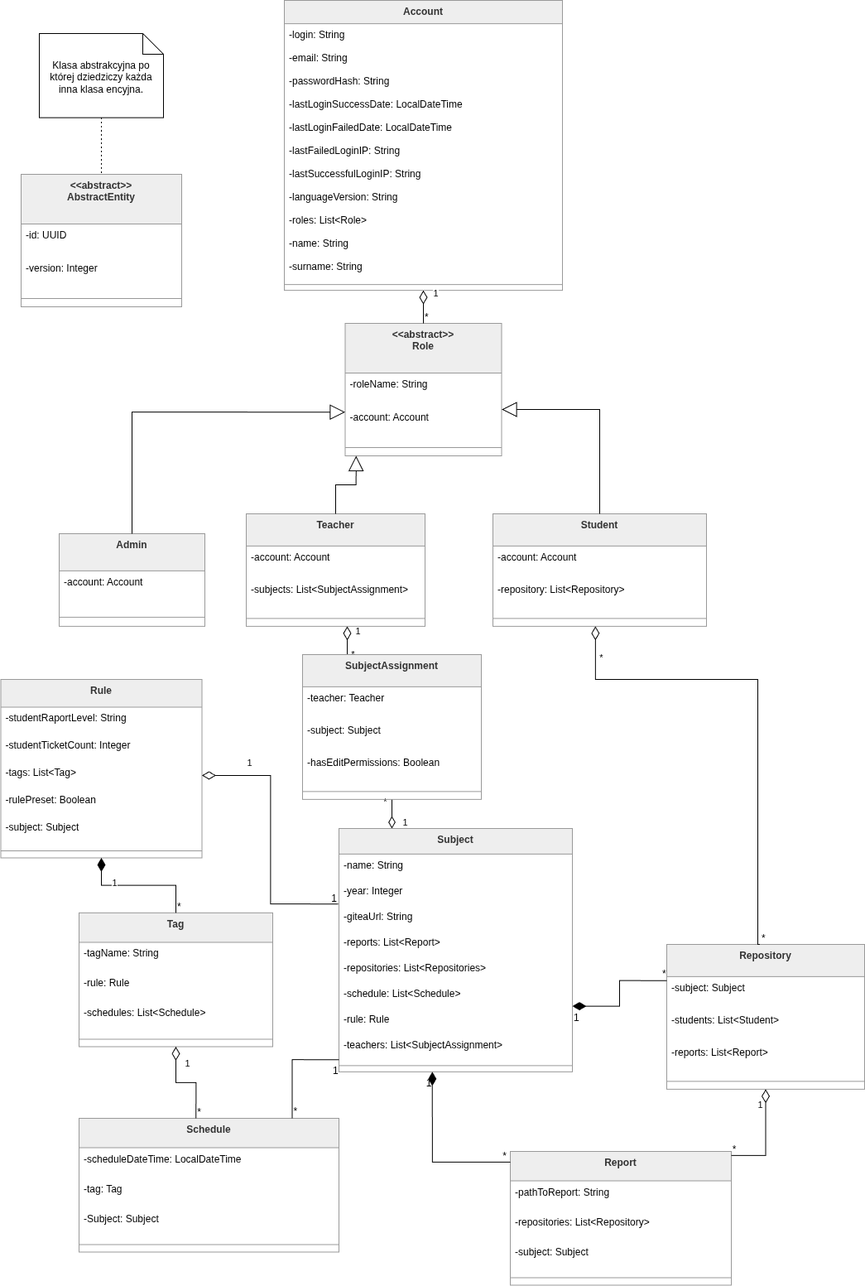
Earlier version of the draw.io export sumatywny/etap1/img/Domain_UML.png (jkozlowsky/antiplagiarism-system). Source tidied: cells renumbered, new cells last; positions are measured from the earlier drawing's top-left corner, leaving out a move shared by most shapes.
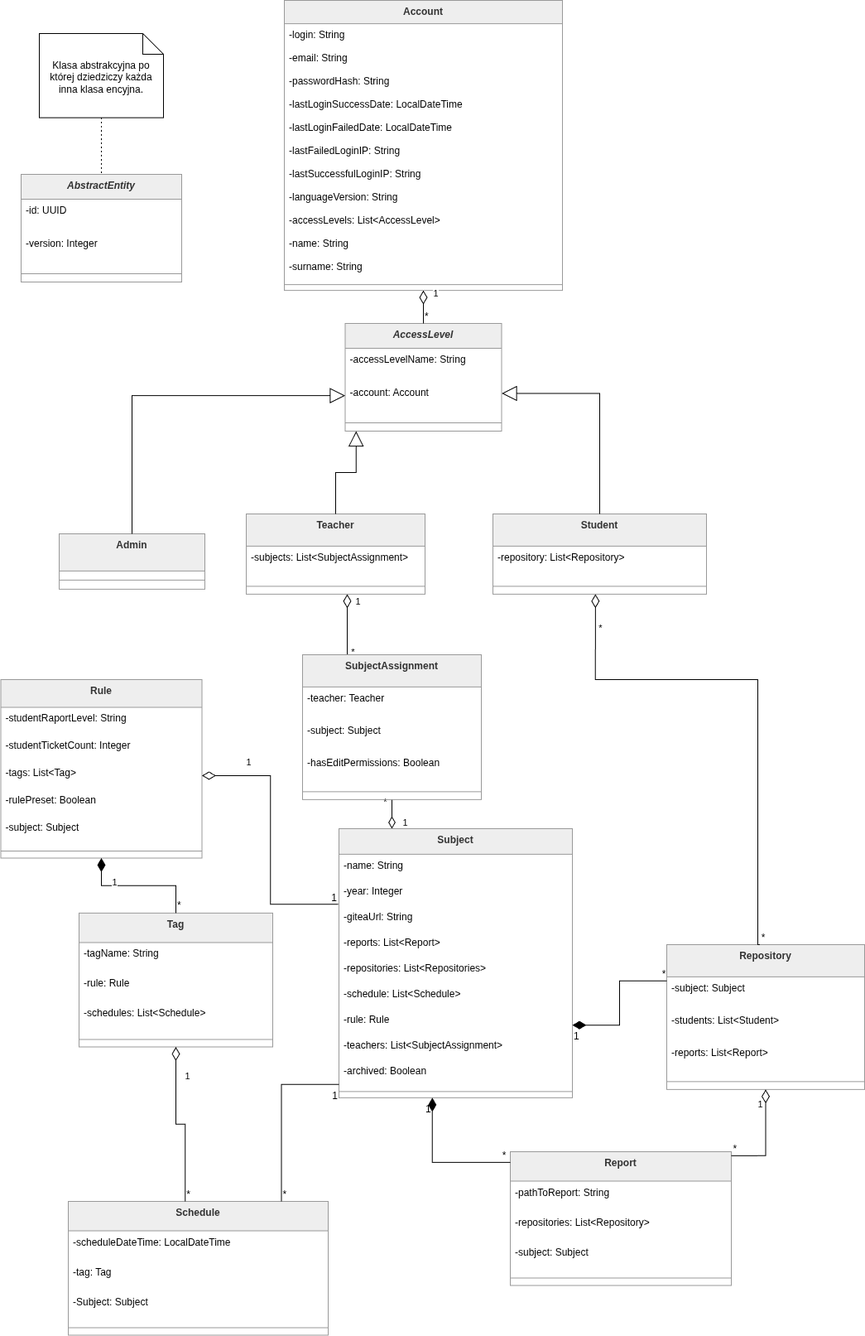
After the commit.

Commit message:
poprawa strony tytułowej i diagramu UML klas modelu dziedzinowego

What changed in the source:
```diff
@@ -2,17 +2,17 @@
   <root>
     <mxCell id="0" />
     <mxCell id="1" parent="0" />
-    <mxCell id="2" value="&lt;&lt;abstract&gt;&gt;&#10;AbstractEntity" style="swimlane;fontStyle=1;align=center;verticalAlign=top;horizontal=1;startSize=60;fillColor=light-dark(#eeeeee,#1f2020);strokeColor=light-dark(#999999,#cccccc);fontColor=light-dark(#333333,#cccccc);" parent="1" vertex="1">
-      <mxGeometry x="24" y="210" width="194" height="160" as="geometry" />
+    <mxCell id="2" value="AbstractEntity" style="swimlane;fontStyle=3;align=center;verticalAlign=top;horizontal=1;startSize=30;fillColor=light-dark(#eeeeee,#1f2020);strokeColor=light-dark(#999999,#cccccc);fontColor=light-dark(#333333,#cccccc);" parent="1" vertex="1">
+      <mxGeometry x="24" y="210" width="194" height="130" as="geometry" />
     </mxCell>
     <mxCell id="3" value="-id: UUID" style="text;strokeColor=none;fillColor=none;align=left;verticalAlign=top;spacingLeft=4;spacingRight=4;overflow=hidden;" parent="2" vertex="1">
-      <mxGeometry y="60" width="194" height="40" as="geometry" />
+      <mxGeometry y="30" width="194" height="40" as="geometry" />
     </mxCell>
     <mxCell id="4" value="-version: Integer" style="text;strokeColor=none;fillColor=none;align=left;verticalAlign=top;spacingLeft=4;spacingRight=4;overflow=hidden;" parent="2" vertex="1">
-      <mxGeometry y="100" width="194" height="40" as="geometry" />
+      <mxGeometry y="70" width="194" height="40" as="geometry" />
     </mxCell>
     <mxCell id="5" style="line;strokeWidth=1;fillColor=none;align=left;verticalAlign=middle;spacingTop=-1;spacingLeft=3;spacingRight=3;labelPosition=right;strokeColor=inherit;" parent="2" vertex="1">
-      <mxGeometry y="140" width="194" height="20" as="geometry" />
+      <mxGeometry y="110" width="194" height="20" as="geometry" />
     </mxCell>
     <mxCell id="6" value="Account" style="swimlane;fontStyle=1;align=center;verticalAlign=top;horizontal=1;startSize=28.16;fillColor=light-dark(#eeeeee,#1f2020);strokeColor=light-dark(#999999,#cccccc);fontColor=light-dark(#333333,#cccccc);" parent="1" vertex="1">
       <mxGeometry x="342" width="336" height="350.2" as="geometry" />
@@ -41,7 +41,7 @@
     <mxCell id="14" value="-languageVersion: String" style="text;strokeColor=none;fillColor=none;align=left;verticalAlign=top;spacingLeft=4;spacingRight=4;overflow=hidden;" parent="6" vertex="1">
       <mxGeometry y="224.2" width="336" height="28" as="geometry" />
     </mxCell>
-    <mxCell id="15" value="-roles: List&lt;Role&gt;" style="text;strokeColor=none;fillColor=none;align=left;verticalAlign=top;spacingLeft=4;spacingRight=4;overflow=hidden;" parent="6" vertex="1">
+    <mxCell id="15" value="-accessLevels: List&lt;AccessLevel&gt;" style="text;strokeColor=none;fillColor=none;align=left;verticalAlign=top;spacingLeft=4;spacingRight=4;overflow=hidden;" parent="6" vertex="1">
       <mxGeometry y="252.2" width="336" height="28" as="geometry" />
     </mxCell>
     <mxCell id="16" value="-name: String" style="text;strokeColor=none;fillColor=none;align=left;verticalAlign=top;spacingLeft=4;spacingRight=4;overflow=hidden;" parent="6" vertex="1">
@@ -53,26 +53,23 @@
     <mxCell id="18" style="line;strokeWidth=1;fillColor=none;align=left;verticalAlign=middle;spacingTop=-1;spacingLeft=3;spacingRight=3;labelPosition=right;strokeColor=inherit;" parent="6" vertex="1">
       <mxGeometry y="336.2" width="336" height="14" as="geometry" />
     </mxCell>
-    <mxCell id="19" value="&lt;&lt;abstract&gt;&gt;&#10;Role" style="swimlane;fontStyle=1;align=center;verticalAlign=top;horizontal=1;startSize=60;fillColor=light-dark(#eeeeee,#1f2020);strokeColor=light-dark(#999999,#cccccc);fontColor=light-dark(#333333,#cccccc);" parent="1" vertex="1">
-      <mxGeometry x="415.5" y="390" width="189" height="160" as="geometry" />
+    <mxCell id="19" value="AccessLevel" style="swimlane;fontStyle=3;align=center;verticalAlign=top;horizontal=1;startSize=30;fillColor=light-dark(#eeeeee,#1f2020);strokeColor=light-dark(#999999,#cccccc);fontColor=light-dark(#333333,#cccccc);" parent="1" vertex="1">
+      <mxGeometry x="415.5" y="390" width="189" height="130" as="geometry" />
     </mxCell>
-    <mxCell id="20" value="-roleName: String" style="text;strokeColor=none;fillColor=none;align=left;verticalAlign=top;spacingLeft=4;spacingRight=4;overflow=hidden;" parent="19" vertex="1">
-      <mxGeometry y="60" width="189" height="40" as="geometry" />
+    <mxCell id="20" value="-accessLevelName: String" style="text;strokeColor=none;fillColor=none;align=left;verticalAlign=top;spacingLeft=4;spacingRight=4;overflow=hidden;" parent="19" vertex="1">
+      <mxGeometry y="30" width="189" height="40" as="geometry" />
     </mxCell>
     <mxCell id="21" value="-account: Account" style="text;strokeColor=none;fillColor=none;align=left;verticalAlign=top;spacingLeft=4;spacingRight=4;overflow=hidden;" parent="19" vertex="1">
-      <mxGeometry y="100" width="189" height="40" as="geometry" />
+      <mxGeometry y="70" width="189" height="40" as="geometry" />
     </mxCell>
     <mxCell id="22" style="line;strokeWidth=1;fillColor=none;align=left;verticalAlign=middle;spacingTop=-1;spacingLeft=3;spacingRight=3;labelPosition=right;strokeColor=inherit;" parent="19" vertex="1">
-      <mxGeometry y="140" width="189" height="20" as="geometry" />
+      <mxGeometry y="110" width="189" height="20" as="geometry" />
     </mxCell>
     <mxCell id="23" value="Admin" style="swimlane;fontStyle=1;align=center;verticalAlign=top;horizontal=1;startSize=44.8;fillColor=light-dark(#eeeeee,#1f2020);strokeColor=light-dark(#999999,#cccccc);fontColor=light-dark(#333333,#cccccc);" parent="1" vertex="1">
-      <mxGeometry x="70" y="644.1" width="176" height="111.8" as="geometry" />
+      <mxGeometry x="70" y="644.1" width="176" height="66.8" as="geometry" />
     </mxCell>
-    <mxCell id="24" value="-account: Account" style="text;strokeColor=none;fillColor=none;align=left;verticalAlign=top;spacingLeft=4;spacingRight=4;overflow=hidden;" parent="23" vertex="1">
-      <mxGeometry y="44.8" width="176" height="45" as="geometry" />
-    </mxCell>
     <mxCell id="25" style="line;strokeWidth=1;fillColor=none;align=left;verticalAlign=middle;spacingTop=-1;spacingLeft=3;spacingRight=3;labelPosition=right;strokeColor=inherit;" parent="23" vertex="1">
-      <mxGeometry y="89.8" width="176" height="22" as="geometry" />
+      <mxGeometry y="44.8" width="176" height="22" as="geometry" />
     </mxCell>
     <mxCell id="26" style="edgeStyle=orthogonalEdgeStyle;rounded=0;jettySize=auto;html=1;entryX=0.25;entryY=0;entryDx=0;entryDy=0;endArrow=none;endFill=0;startArrow=diamondThin;startFill=0;startSize=14;" parent="1" edge="1" source="29" target="109">
       <mxGeometry relative="1" as="geometry">
@@ -93,28 +90,22 @@
       </mxGeometry>
     </mxCell>
     <mxCell id="29" value="Teacher" style="swimlane;fontStyle=1;align=center;verticalAlign=top;horizontal=1;startSize=38.857142857142854;fillColor=light-dark(#eeeeee,#1f2020);strokeColor=light-dark(#999999,#cccccc);fontColor=light-dark(#333333,#cccccc);" parent="1" vertex="1">
-      <mxGeometry x="296" y="620" width="216" height="135.9" as="geometry" />
+      <mxGeometry x="296" y="620" width="216" height="96.9" as="geometry" />
     </mxCell>
-    <mxCell id="30" value="-account: Account" style="text;strokeColor=none;fillColor=none;align=left;verticalAlign=top;spacingLeft=4;spacingRight=4;overflow=hidden;" parent="29" vertex="1">
-      <mxGeometry y="38.9" width="216" height="39" as="geometry" />
-    </mxCell>
     <mxCell id="31" value="-subjects: List&lt;SubjectAssignment&gt;" style="text;strokeColor=none;fillColor=none;align=left;verticalAlign=top;spacingLeft=4;spacingRight=4;overflow=hidden;" parent="29" vertex="1">
-      <mxGeometry y="77.9" width="216" height="39" as="geometry" />
+      <mxGeometry y="38.9" width="216" height="39" as="geometry" />
     </mxCell>
     <mxCell id="32" style="line;strokeWidth=1;fillColor=none;align=left;verticalAlign=middle;spacingTop=-1;spacingLeft=3;spacingRight=3;labelPosition=right;strokeColor=inherit;" parent="29" vertex="1">
-      <mxGeometry y="116.9" width="216" height="19" as="geometry" />
+      <mxGeometry y="77.9" width="216" height="19" as="geometry" />
     </mxCell>
     <mxCell id="33" value="Student" style="swimlane;fontStyle=1;align=center;verticalAlign=top;horizontal=1;startSize=38.857142857142854;fillColor=light-dark(#eeeeee,#1f2020);strokeColor=light-dark(#999999,#cccccc);fontColor=light-dark(#333333,#cccccc);" parent="1" vertex="1">
-      <mxGeometry x="594" y="620" width="258" height="135.9" as="geometry" />
+      <mxGeometry x="594" y="620" width="258" height="96.9" as="geometry" />
     </mxCell>
-    <mxCell id="34" value="-account: Account" style="text;strokeColor=none;fillColor=none;align=left;verticalAlign=top;spacingLeft=4;spacingRight=4;overflow=hidden;" parent="33" vertex="1">
-      <mxGeometry y="38.9" width="258" height="39" as="geometry" />
-    </mxCell>
     <mxCell id="35" value="-repository: List&lt;Repository&gt;" style="text;strokeColor=none;fillColor=none;align=left;verticalAlign=top;spacingLeft=4;spacingRight=4;overflow=hidden;" parent="33" vertex="1">
-      <mxGeometry y="77.9" width="258" height="39" as="geometry" />
+      <mxGeometry y="38.9" width="258" height="39" as="geometry" />
     </mxCell>
     <mxCell id="36" style="line;strokeWidth=1;fillColor=none;align=left;verticalAlign=middle;spacingTop=-1;spacingLeft=3;spacingRight=3;labelPosition=right;strokeColor=inherit;" parent="33" vertex="1">
-      <mxGeometry y="116.9" width="258" height="19" as="geometry" />
+      <mxGeometry y="77.9" width="258" height="19" as="geometry" />
     </mxCell>
     <mxCell id="37" value="Rule" style="swimlane;fontStyle=1;align=center;verticalAlign=top;horizontal=1;startSize=33.45454545454545;fillColor=light-dark(#eeeeee,#1f2020);strokeColor=light-dark(#999999,#cccccc);fontColor=light-dark(#333333,#cccccc);" parent="1" vertex="1">
       <mxGeometry x="-0.5" y="820" width="243" height="215.5" as="geometry" />
@@ -153,7 +144,7 @@
       <mxGeometry y="143.6" width="234" height="18" as="geometry" />
     </mxCell>
     <mxCell id="49" value="Schedule" style="swimlane;fontStyle=1;align=center;verticalAlign=top;horizontal=1;startSize=35.55555555555556;fillColor=light-dark(#eeeeee,#1f2020);strokeColor=light-dark(#999999,#cccccc);fontColor=light-dark(#333333,#cccccc);" parent="1" vertex="1">
-      <mxGeometry x="94" y="1350" width="314" height="161.6" as="geometry" />
+      <mxGeometry x="81" y="1450" width="314" height="161.6" as="geometry" />
     </mxCell>
     <mxCell id="50" value="-scheduleDateTime: LocalDateTime" style="text;strokeColor=none;fillColor=none;align=left;verticalAlign=top;spacingLeft=4;spacingRight=4;overflow=hidden;" parent="49" vertex="1">
       <mxGeometry y="35.6" width="314" height="36" as="geometry" />
@@ -186,7 +177,7 @@
       </mxGeometry>
     </mxCell>
     <mxCell id="57" value="Subject" style="swimlane;fontStyle=1;align=center;verticalAlign=top;horizontal=1;startSize=30.933333333333334;fillColor=light-dark(#eeeeee,#1f2020);strokeColor=light-dark(#999999,#cccccc);fontColor=light-dark(#333333,#cccccc);" parent="1" vertex="1">
-      <mxGeometry x="408" y="1000" width="282" height="293.9" as="geometry" />
+      <mxGeometry x="408" y="1000" width="282" height="324.9" as="geometry" />
     </mxCell>
     <mxCell id="58" value="-name: String" style="text;strokeColor=none;fillColor=none;align=left;verticalAlign=top;spacingLeft=4;spacingRight=4;overflow=hidden;" parent="57" vertex="1">
       <mxGeometry y="30.9" width="282" height="31" as="geometry" />
@@ -212,8 +203,11 @@
     <mxCell id="65" value="-teachers: List&lt;SubjectAssignment&gt;" style="text;strokeColor=none;fillColor=none;align=left;verticalAlign=top;spacingLeft=4;spacingRight=4;overflow=hidden;" parent="57" vertex="1">
       <mxGeometry y="247.9" width="282" height="31" as="geometry" />
     </mxCell>
+    <mxCell id="114" value="-archived: Boolean" style="text;strokeColor=none;fillColor=none;align=left;verticalAlign=top;spacingLeft=4;spacingRight=4;overflow=hidden;" parent="57" vertex="1">
+      <mxGeometry y="278.9" width="282" height="31" as="geometry" />
+    </mxCell>
     <mxCell id="66" style="line;strokeWidth=1;fillColor=none;align=left;verticalAlign=middle;spacingTop=-1;spacingLeft=3;spacingRight=3;labelPosition=right;strokeColor=inherit;" parent="57" vertex="1">
-      <mxGeometry y="278.9" width="282" height="15" as="geometry" />
+      <mxGeometry y="309.9" width="282" height="15" as="geometry" />
     </mxCell>
     <mxCell id="67" value="Repository" style="swimlane;fontStyle=1;align=center;verticalAlign=top;horizontal=1;startSize=38.857142857142854;fillColor=light-dark(#eeeeee,#1f2020);strokeColor=light-dark(#999999,#cccccc);fontColor=light-dark(#333333,#cccccc);" parent="1" vertex="1">
       <mxGeometry x="804" y="1140" width="239" height="174.9" as="geometry" />
```
